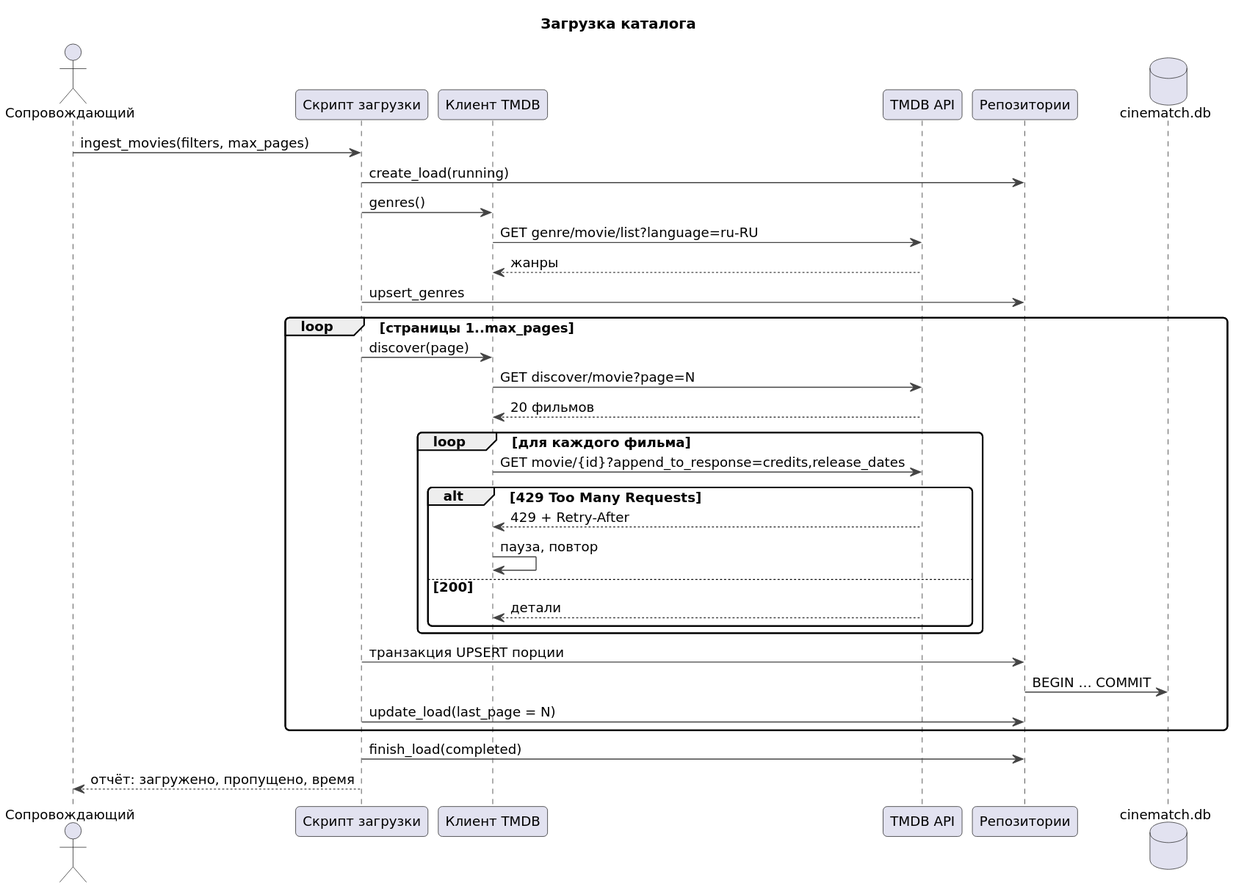
ryDIEv/CineMatch keeps this PlantUML diagram as documents/data/diagrams/155-seq-load.svg. Above is the earlier version.
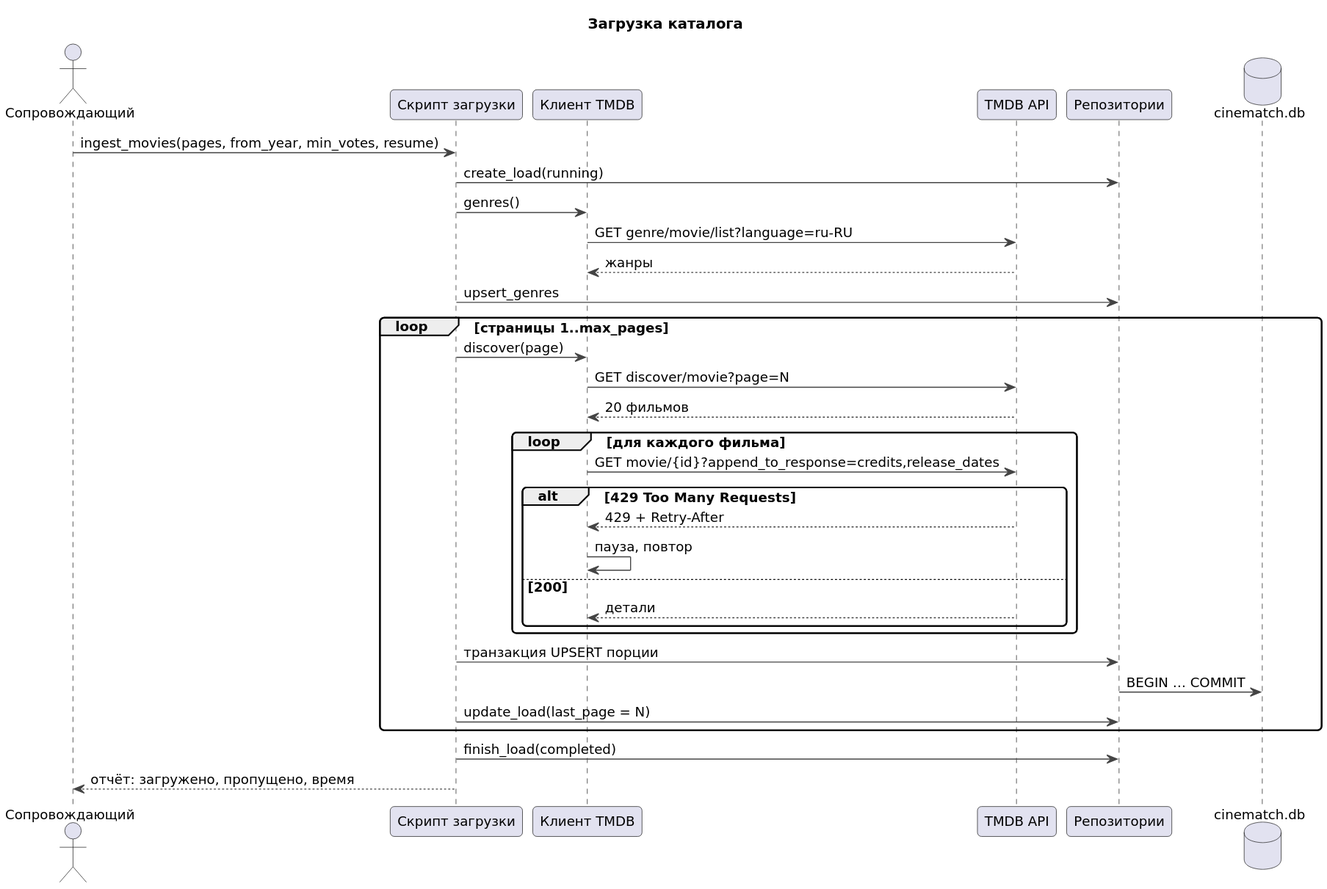
The same file after the commit.

What changed in the source:
```diff
@@ -7,7 +7,7 @@
 participant "TMDB API" as API
 participant "Репозитории" as R
 database "cinematch.db" as DB
-OP -> L : ingest_movies(filters, max_pages)
+OP -> L : ingest_movies(pages, from_year, min_votes, resume)
 L -> R : create_load(running)
 L -> T : genres()
 T -> API : GET genre/movie/list?language=ru-RU
```
